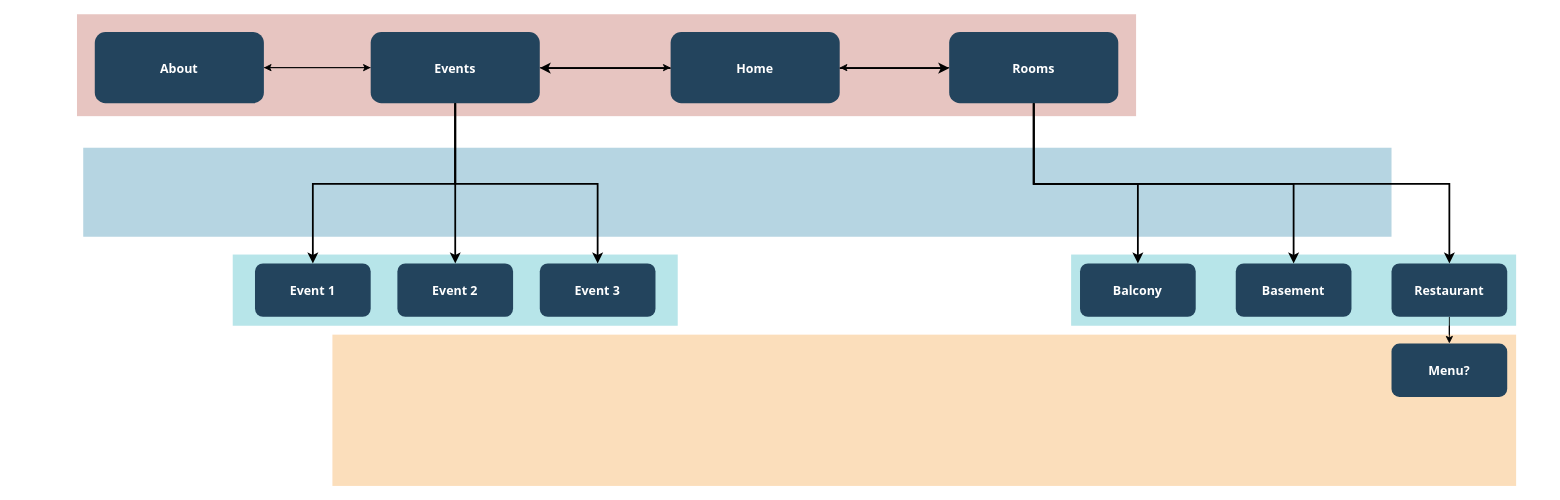
jxcarlat/TeaHouse keeps this draw.io diagram as Teahouse_Site_Map.drawio. Above is the earlier version. Source tidied: cells renumbered, new cells numbered last; positions are measured from the earlier drawing's top-left corner, leaving out a move shared by most shapes. Both pictures are drawn from the tidied source at 89%, with x=0, y=0 at pixel (77, 14).
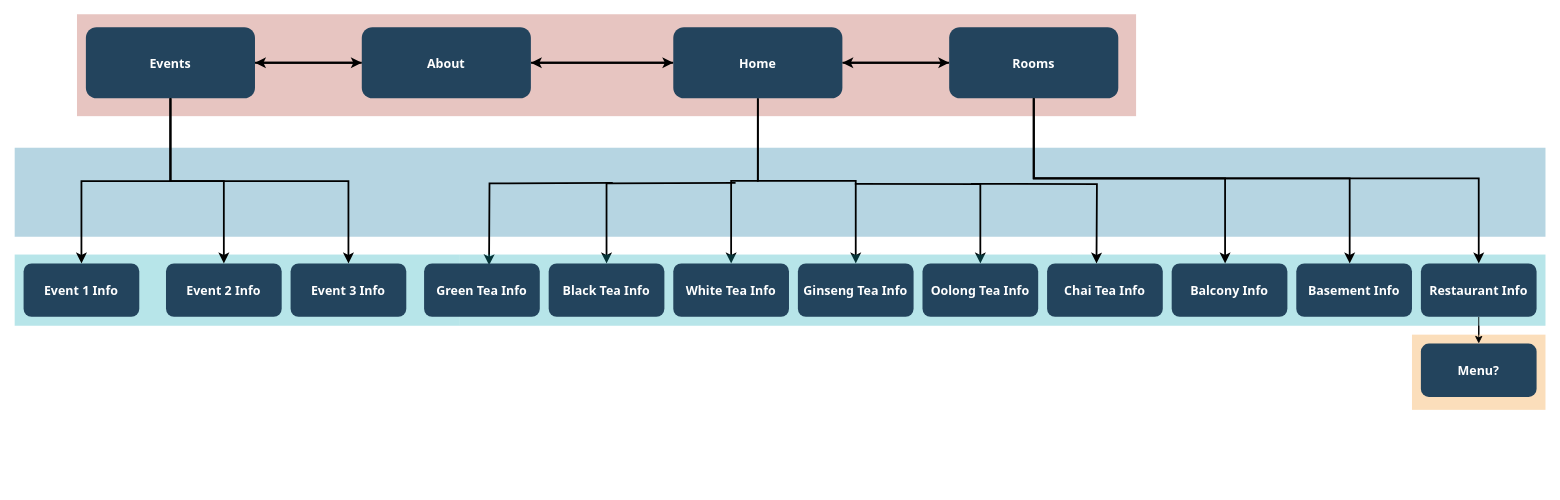
After the change.

The edit, as a diff of the source:
```diff
@@
     <mxCell id="3" style="fillColor=#10739E;strokeColor=none;opacity=30;" parent="1" vertex="1">
-      <mxGeometry x="7" y="149.5" width="1470" height="100" as="geometry" />
+      <mxGeometry x="-70" y="149.5" width="1720" height="100" as="geometry" />
     </mxCell>
     <mxCell id="4" style="fillColor=#F2931E;strokeColor=none;opacity=30;" parent="1" vertex="1">
-      <mxGeometry x="287" y="359.5" width="1330" height="170" as="geometry" />
+      <mxGeometry x="1500" y="359.5" width="150" height="84.5" as="geometry" />
     </mxCell>
     <mxCell id="5" style="fillColor=#12AAB5;strokeColor=none;opacity=30;" parent="1" vertex="1">
-      <mxGeometry x="1117" y="269.5" width="500" height="80" as="geometry" />
+      <mxGeometry x="1117" y="269.5" width="533" height="80" as="geometry" />
     </mxCell>
     <mxCell id="6" style="fillColor=#12AAB5;strokeColor=none;opacity=30;" parent="1" vertex="1">
-      <mxGeometry x="175" y="269.5" width="500" height="80" as="geometry" />
+      <mxGeometry x="-70" y="269.5" width="500" height="80" as="geometry" />
     </mxCell>
+    <mxCell id="31" style="edgeStyle=orthogonalEdgeStyle;rounded=0;jettySize=auto;html=1;strokeWidth=2;" parent="1" edge="1" source="7" target="40">
+      <mxGeometry relative="1" as="geometry" />
+    </mxCell>
+    <mxCell id="32" style="edgeStyle=orthogonalEdgeStyle;rounded=0;jettySize=auto;html=1;entryX=0.5;entryY=0;entryDx=0;entryDy=0;strokeWidth=2;" parent="1" edge="1" source="7" target="41">
+      <mxGeometry relative="1" as="geometry" />
+    </mxCell>
+    <mxCell id="33" style="edgeStyle=orthogonalEdgeStyle;rounded=0;jettySize=auto;html=1;entryX=0.5;entryY=0;entryDx=0;entryDy=0;strokeWidth=2;" parent="1" edge="1" target="39">
+      <mxGeometry relative="1" as="geometry">
+        <mxPoint x="740" y="189" as="sourcePoint" />
+      </mxGeometry>
+    </mxCell>
+    <mxCell id="34" style="edgeStyle=orthogonalEdgeStyle;rounded=0;orthogonalLoop=1;jettySize=auto;html=1;entryX=0.5;entryY=0;entryDx=0;entryDy=0;strokeWidth=2;" parent="1" edge="1">
+      <mxGeometry relative="1" as="geometry">
+        <mxPoint x="602" y="189" as="sourcePoint" />
+        <mxPoint x="463" y="281.5" as="targetPoint" />
+      </mxGeometry>
+    </mxCell>
+    <mxCell id="35" style="edgeStyle=orthogonalEdgeStyle;rounded=0;jettySize=auto;html=1;entryX=0.5;entryY=0;entryDx=0;entryDy=0;strokeWidth=2;" parent="1" edge="1" target="42">
+      <mxGeometry relative="1" as="geometry">
+        <mxPoint x="874" y="190" as="sourcePoint" />
+      </mxGeometry>
+    </mxCell>
+    <mxCell id="36" style="edgeStyle=orthogonalEdgeStyle;rounded=0;jettySize=auto;html=1;entryX=1;entryY=0.5;entryDx=0;entryDy=0;strokeWidth=2;" parent="1" edge="1" source="7" target="15">
+      <mxGeometry relative="1" as="geometry" />
+    </mxCell>
+    <mxCell id="10" style="edgeStyle=orthogonalEdgeStyle;rounded=0;jettySize=auto;html=1;entryX=0;entryY=0.5;entryDx=0;entryDy=0;strokeWidth=2;" parent="1" edge="1" source="7" target="9">
+      <mxGeometry relative="1" as="geometry" />
+    </mxCell>
     <mxCell id="7" value="Home" style="rounded=1;fillColor=#23445D;gradientColor=none;strokeColor=none;fontColor=#FFFFFF;fontStyle=1;fontFamily=Tahoma;fontSize=14;" parent="1" vertex="1">
-      <mxGeometry x="667" y="19.5" width="190" height="80" as="geometry" />
+      <mxGeometry x="670" y="14" width="190" height="80" as="geometry" />
     </mxCell>
-    <mxCell id="8" style="edgeStyle=orthogonalEdgeStyle;rounded=0;jettySize=auto;html=1;entryX=1;entryY=0.5;entryDx=0;entryDy=0;" parent="1" edge="1" source="9" target="7">
+    <mxCell id="8" style="edgeStyle=orthogonalEdgeStyle;rounded=0;jettySize=auto;html=1;entryX=1;entryY=0.5;entryDx=0;entryDy=0;strokeWidth=2;" parent="1" edge="1" source="9" target="7">
       <mxGeometry relative="1" as="geometry" />
     </mxCell>
     <mxCell id="9" value="Rooms" style="rounded=1;fillColor=#23445D;gradientColor=none;strokeColor=none;fontColor=#FFFFFF;fontStyle=1;fontFamily=Tahoma;fontSize=14;" parent="1" vertex="1">
-      <mxGeometry x="980" y="19.5" width="190" height="80" as="geometry" />
+      <mxGeometry x="980" y="14" width="190" height="80" as="geometry" />
     </mxCell>
-    <mxCell id="10" style="edgeStyle=elbowEdgeStyle;elbow=vertical;strokeWidth=2;rounded=0;" parent="1" edge="1" source="7" target="9">
-      <mxGeometry x="337" y="215.5" as="geometry" />
-    </mxCell>
-    <mxCell id="11" style="edgeStyle=orthogonalEdgeStyle;rounded=0;jettySize=auto;html=1;entryX=1;entryY=0.5;entryDx=0;entryDy=0;" parent="1" edge="1" source="13" target="15">
+    <mxCell id="11" style="edgeStyle=orthogonalEdgeStyle;rounded=0;jettySize=auto;html=1;entryX=0;entryY=0.5;entryDx=0;entryDy=0;strokeWidth=2;" parent="1" edge="1" source="13" target="15">
       <mxGeometry relative="1" as="geometry" />
     </mxCell>
-    <mxCell id="12" style="edgeStyle=orthogonalEdgeStyle;rounded=0;jettySize=auto;html=1;entryX=0;entryY=0.5;entryDx=0;entryDy=0;" parent="1" edge="1" source="13" target="7">
-      <mxGeometry relative="1" as="geometry" />
-    </mxCell>
     <mxCell id="13" value="Events" style="rounded=1;fillColor=#23445D;gradientColor=none;strokeColor=none;fontColor=#FFFFFF;fontStyle=1;fontFamily=Tahoma;fontSize=14;" parent="1" vertex="1">
-      <mxGeometry x="330" y="19.5" width="190" height="80" as="geometry" />
+      <mxGeometry x="10" y="14" width="190" height="80" as="geometry" />
     </mxCell>
-    <mxCell id="14" style="edgeStyle=orthogonalEdgeStyle;rounded=0;jettySize=auto;html=1;exitX=1;exitY=0.5;exitDx=0;exitDy=0;entryX=0;entryY=0.5;entryDx=0;entryDy=0;" parent="1" edge="1" source="15" target="13">
-      <mxGeometry relative="1" as="geometry" />
-    </mxCell>
-    <mxCell id="15" value="About" style="rounded=1;fillColor=#23445D;gradientColor=none;strokeColor=none;fontColor=#FFFFFF;fontStyle=1;fontFamily=Tahoma;fontSize=14;" parent="1" vertex="1">
-      <mxGeometry x="20" y="19.5" width="190" height="80" as="geometry" />
-    </mxCell>
-    <mxCell id="16" value="Event 1" style="rounded=1;fillColor=#23445D;gradientColor=none;strokeColor=none;fontColor=#FFFFFF;fontStyle=1;fontFamily=Tahoma;fontSize=14;" parent="1" vertex="1">
-      <mxGeometry x="200" y="279.5" width="130" height="60" as="geometry" />
+    <mxCell id="16" value="Event 1 Info" style="rounded=1;fillColor=#23445D;gradientColor=none;strokeColor=none;fontColor=#FFFFFF;fontStyle=1;fontFamily=Tahoma;fontSize=14;" parent="1" vertex="1">
+      <mxGeometry x="-60" y="279.5" width="130" height="60" as="geometry" />
     </mxCell>
-    <mxCell id="17" value="Event 2" style="rounded=1;fillColor=#23445D;gradientColor=none;strokeColor=none;fontColor=#FFFFFF;fontStyle=1;fontFamily=Tahoma;fontSize=14;" parent="1" vertex="1">
-      <mxGeometry x="360" y="279.5" width="130" height="60" as="geometry" />
+    <mxCell id="17" value="Event 2 Info" style="rounded=1;fillColor=#23445D;gradientColor=none;strokeColor=none;fontColor=#FFFFFF;fontStyle=1;fontFamily=Tahoma;fontSize=14;" parent="1" vertex="1">
+      <mxGeometry x="100" y="279.5" width="130" height="60" as="geometry" />
     </mxCell>
-    <mxCell id="18" value="Event 3" style="rounded=1;fillColor=#23445D;gradientColor=none;strokeColor=none;fontColor=#FFFFFF;fontStyle=1;fontFamily=Tahoma;fontSize=14;" parent="1" vertex="1">
-      <mxGeometry x="520" y="279.5" width="130" height="60" as="geometry" />
+    <mxCell id="18" value="Event 3 Info" style="rounded=1;fillColor=#23445D;gradientColor=none;strokeColor=none;fontColor=#FFFFFF;fontStyle=1;fontFamily=Tahoma;fontSize=14;" parent="1" vertex="1">
+      <mxGeometry x="240" y="279.5" width="130" height="60" as="geometry" />
     </mxCell>
-    <mxCell id="19" value="Balcony" style="rounded=1;fillColor=#23445D;gradientColor=none;strokeColor=none;fontColor=#FFFFFF;fontStyle=1;fontFamily=Tahoma;fontSize=14;" parent="1" vertex="1">
-      <mxGeometry x="1127" y="279.5" width="130" height="60" as="geometry" />
+    <mxCell id="19" value="Balcony Info" style="rounded=1;fillColor=#23445D;gradientColor=none;strokeColor=none;fontColor=#FFFFFF;fontStyle=1;fontFamily=Tahoma;fontSize=14;" parent="1" vertex="1">
+      <mxGeometry x="1230" y="279.5" width="130" height="60" as="geometry" />
     </mxCell>
-    <mxCell id="20" value="Basement" style="rounded=1;fillColor=#23445D;gradientColor=none;strokeColor=none;fontColor=#FFFFFF;fontStyle=1;fontFamily=Tahoma;fontSize=14;" parent="1" vertex="1">
-      <mxGeometry x="1302" y="279.5" width="130" height="60" as="geometry" />
+    <mxCell id="20" value="Basement Info" style="rounded=1;fillColor=#23445D;gradientColor=none;strokeColor=none;fontColor=#FFFFFF;fontStyle=1;fontFamily=Tahoma;fontSize=14;" parent="1" vertex="1">
+      <mxGeometry x="1370" y="279.5" width="130" height="60" as="geometry" />
     </mxCell>
@@
-    <mxCell id="22" value="Restaurant" style="rounded=1;fillColor=#23445D;gradientColor=none;strokeColor=none;fontColor=#FFFFFF;fontStyle=1;fontFamily=Tahoma;fontSize=14;" parent="1" vertex="1">
-      <mxGeometry x="1477" y="279.5" width="130" height="60" as="geometry" />
+    <mxCell id="22" value="Restaurant Info" style="rounded=1;fillColor=#23445D;gradientColor=none;strokeColor=none;fontColor=#FFFFFF;fontStyle=1;fontFamily=Tahoma;fontSize=14;" parent="1" vertex="1">
+      <mxGeometry x="1510" y="279.5" width="130" height="60" as="geometry" />
     </mxCell>
     <mxCell id="23" value="Menu?" style="rounded=1;fillColor=#23445D;gradientColor=none;strokeColor=none;fontColor=#FFFFFF;fontStyle=1;fontFamily=Tahoma;fontSize=14;" parent="1" vertex="1">
-      <mxGeometry x="1477" y="369.5" width="130" height="60" as="geometry" />
+      <mxGeometry x="1510" y="369.5" width="130" height="60" as="geometry" />
     </mxCell>
-    <mxCell id="24" style="edgeStyle=elbowEdgeStyle;elbow=vertical;strokeWidth=2;rounded=0;" parent="1" edge="1" source="7" target="13">
-      <mxGeometry x="347" y="225.5" as="geometry" />
-    </mxCell>
@@
     <mxCell id="28" style="edgeStyle=elbowEdgeStyle;elbow=vertical;strokeWidth=2;rounded=0;" parent="1" edge="1" source="9" target="20">
-      <mxGeometry x="-23" y="135.5" as="geometry" />
+      <mxGeometry x="-23" y="135.5" as="geometry">
+        <Array as="points">
+          <mxPoint x="1430" y="184" />
+        </Array>
+      </mxGeometry>
     </mxCell>
     <mxCell id="29" style="edgeStyle=elbowEdgeStyle;elbow=vertical;strokeWidth=2;rounded=0;" parent="1" edge="1" source="9" target="19">
-      <mxGeometry x="-23" y="135.5" as="geometry" />
+      <mxGeometry x="-23" y="135.5" as="geometry">
+        <Array as="points">
+          <mxPoint x="1290" y="184" />
+        </Array>
+      </mxGeometry>
     </mxCell>
     <mxCell id="30" style="edgeStyle=elbowEdgeStyle;elbow=vertical;strokeWidth=2;rounded=0;" parent="1" edge="1" source="9" target="22">
-      <mxGeometry x="-23" y="135.5" as="geometry" />
+      <mxGeometry x="-23" y="135.5" as="geometry">
+        <Array as="points">
+          <mxPoint x="1320" y="184" />
+        </Array>
+      </mxGeometry>
     </mxCell>
+    <mxCell id="14" style="edgeStyle=orthogonalEdgeStyle;rounded=0;jettySize=auto;html=1;entryX=1;entryY=0.5;entryDx=0;entryDy=0;strokeWidth=2;" parent="1" edge="1" source="15" target="13">
+      <mxGeometry relative="1" as="geometry" />
+    </mxCell>
+    <mxCell id="37" style="edgeStyle=orthogonalEdgeStyle;rounded=0;jettySize=auto;html=1;entryX=0;entryY=0.5;entryDx=0;entryDy=0;strokeWidth=2;" parent="1" edge="1" source="15" target="7">
+      <mxGeometry relative="1" as="geometry" />
+    </mxCell>
+    <mxCell id="15" value="About" style="rounded=1;fillColor=#23445D;gradientColor=none;strokeColor=none;fontColor=#FFFFFF;fontStyle=1;fontFamily=Tahoma;fontSize=14;" parent="1" vertex="1">
+      <mxGeometry x="320" y="14" width="190" height="80" as="geometry" />
+    </mxCell>
+    <mxCell id="38" style="fillColor=#12AAB5;strokeColor=none;opacity=30;" parent="1" vertex="1">
+      <mxGeometry x="430" y="269.5" width="687" height="80" as="geometry" />
+    </mxCell>
+    <mxCell id="39" value="Black Tea Info" style="rounded=1;fillColor=#23445D;gradientColor=none;strokeColor=none;fontColor=#FFFFFF;fontStyle=1;fontFamily=Tahoma;fontSize=14;" parent="1" vertex="1">
+      <mxGeometry x="530" y="279.5" width="130" height="60" as="geometry" />
+    </mxCell>
+    <mxCell id="40" value="White Tea Info" style="rounded=1;fillColor=#23445D;gradientColor=none;strokeColor=none;fontColor=#FFFFFF;fontStyle=1;fontFamily=Tahoma;fontSize=14;" parent="1" vertex="1">
+      <mxGeometry x="670" y="279.5" width="130" height="60" as="geometry" />
+    </mxCell>
+    <mxCell id="41" value="Ginseng Tea Info" style="rounded=1;fillColor=#23445D;gradientColor=none;strokeColor=none;fontColor=#FFFFFF;fontStyle=1;fontFamily=Tahoma;fontSize=14;" parent="1" vertex="1">
+      <mxGeometry x="810" y="279.5" width="130" height="60" as="geometry" />
+    </mxCell>
+    <mxCell id="42" value="Oolong Tea Info" style="rounded=1;fillColor=#23445D;gradientColor=none;strokeColor=none;fontColor=#FFFFFF;fontStyle=1;fontFamily=Tahoma;fontSize=14;" parent="1" vertex="1">
+      <mxGeometry x="950" y="279.5" width="130" height="60" as="geometry" />
+    </mxCell>
+    <mxCell id="43" value="Green Tea Info" style="rounded=1;fillColor=#23445D;gradientColor=none;strokeColor=none;fontColor=#FFFFFF;fontStyle=1;fontFamily=Tahoma;fontSize=14;" parent="1" vertex="1">
+      <mxGeometry x="390" y="279.5" width="130" height="60" as="geometry" />
+    </mxCell>
+    <mxCell id="44" value="Chai Tea Info" style="rounded=1;fillColor=#23445D;gradientColor=none;strokeColor=none;fontColor=#FFFFFF;fontStyle=1;fontFamily=Tahoma;fontSize=14;" parent="1" vertex="1">
+      <mxGeometry x="1090" y="279.5" width="130" height="60" as="geometry" />
+    </mxCell>
+    <mxCell id="45" style="edgeStyle=orthogonalEdgeStyle;rounded=0;orthogonalLoop=1;jettySize=auto;html=1;entryX=0.5;entryY=0;entryDx=0;entryDy=0;strokeWidth=2;" parent="1" edge="1">
+      <mxGeometry relative="1" as="geometry">
+        <mxPoint x="1004.5" y="190" as="sourcePoint" />
+        <mxPoint x="1145.5" y="279.5" as="targetPoint" />
+      </mxGeometry>
+    </mxCell>
```
